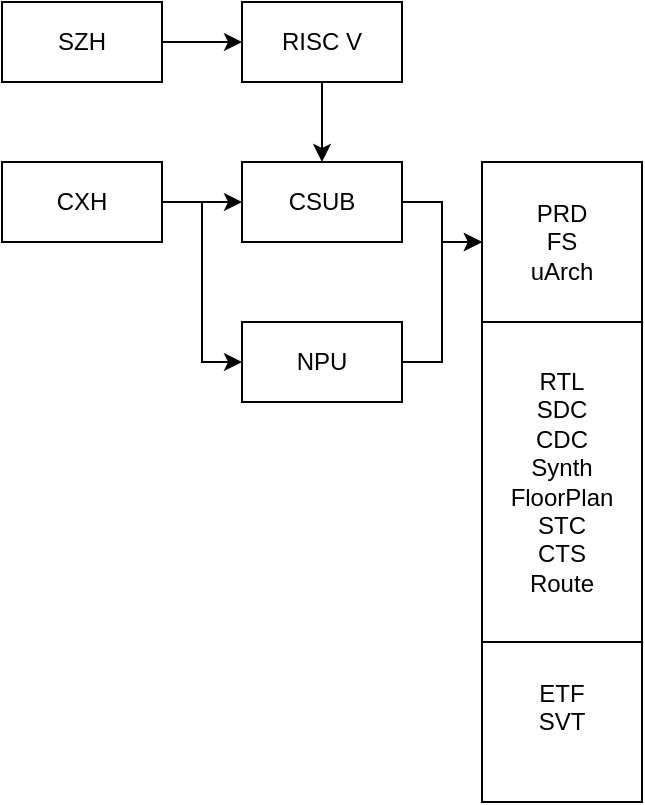
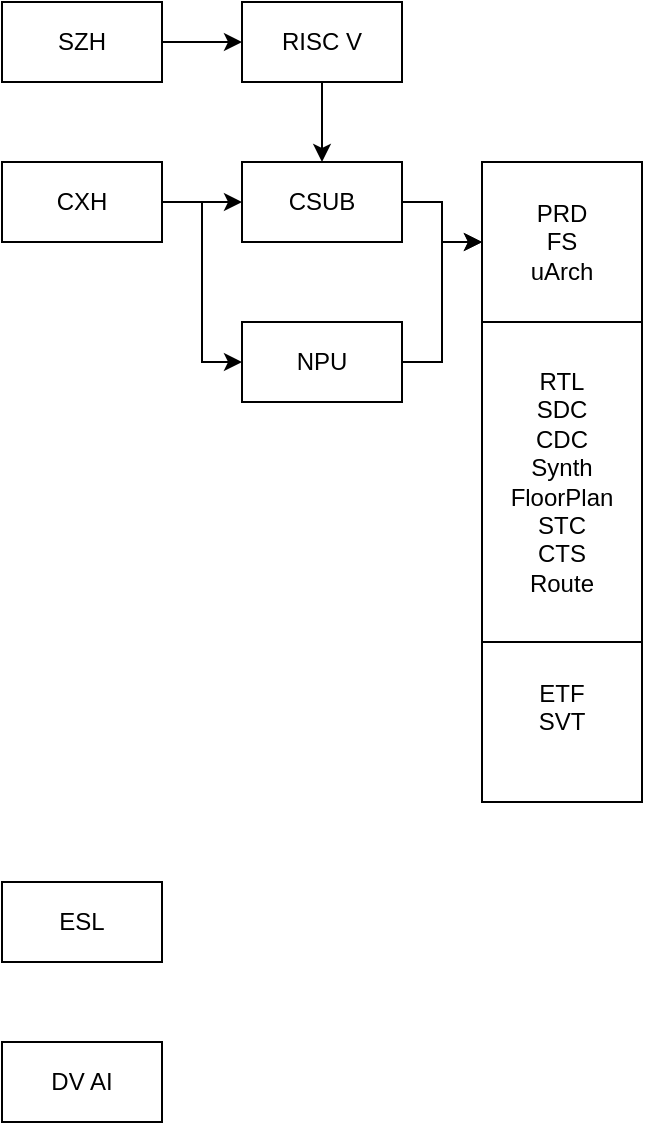
<mxfile host="app.diagrams.net" agent="Mozilla/5.0 (Macintosh; Intel Mac OS X 10_15_7) AppleWebKit/537.36 (KHTML, like Gecko) Chrome/125.0.0.0 Safari/537.36" border="50" scale="3" compressed="false" locked="false">
  <diagram id="YmL12bMKpDGza6XwsDPr" name="第 1 页">
-     <mxGraphModel dx="1408" dy="756" grid="1" gridSize="10" guides="1" tooltips="1" connect="1" arrows="1" fold="1" page="0" pageScale="1" pageWidth="827" pageHeight="1169" math="1" shadow="0">
+     <mxGraphModel dx="1173" dy="630" grid="1" gridSize="10" guides="1" tooltips="1" connect="1" arrows="1" fold="1" page="0" pageScale="1" pageWidth="827" pageHeight="1169" math="1" shadow="0">
      <root>
        <mxCell id="X5NqExCQtvZxIxQ7pmgY-0" />
        <mxCell id="1" parent="X5NqExCQtvZxIxQ7pmgY-0" />
        <mxCell id="rQvUUtji4W4iaLh92UM--3" edge="1" parent="1" source="rQvUUtji4W4iaLh92UM--1" style="edgeStyle=orthogonalEdgeStyle;rounded=0;orthogonalLoop=1;jettySize=auto;html=1;" target="rQvUUtji4W4iaLh92UM--2" value="">
          <mxGeometry relative="1" as="geometry" />
        </mxCell>
        <mxCell id="rQvUUtji4W4iaLh92UM--1" parent="1" style="rounded=0;whiteSpace=wrap;html=1;" value="SZH" vertex="1">
          <mxGeometry height="40" width="80" x="320" y="320" as="geometry" />
        </mxCell>
        <mxCell id="rQvUUtji4W4iaLh92UM--7" edge="1" parent="1" source="rQvUUtji4W4iaLh92UM--2" style="edgeStyle=orthogonalEdgeStyle;rounded=0;orthogonalLoop=1;jettySize=auto;html=1;" target="rQvUUtji4W4iaLh92UM--5" value="">
          <mxGeometry relative="1" as="geometry" />
        </mxCell>
        <mxCell id="rQvUUtji4W4iaLh92UM--2" parent="1" style="rounded=0;whiteSpace=wrap;html=1;" value="RISC V" vertex="1">
          <mxGeometry height="40" width="80" x="440" y="320" as="geometry" />
        </mxCell>
        <mxCell id="rQvUUtji4W4iaLh92UM--8" edge="1" parent="1" source="rQvUUtji4W4iaLh92UM--4" style="edgeStyle=orthogonalEdgeStyle;rounded=0;orthogonalLoop=1;jettySize=auto;html=1;" target="rQvUUtji4W4iaLh92UM--5" value="">
          <mxGeometry relative="1" as="geometry" />
        </mxCell>
        <mxCell id="rQvUUtji4W4iaLh92UM--4" parent="1" style="rounded=0;whiteSpace=wrap;html=1;" value="CXH" vertex="1">
          <mxGeometry height="40" width="80" x="320" y="400" as="geometry" />
        </mxCell>
        <mxCell id="rQvUUtji4W4iaLh92UM--14" edge="1" parent="1" source="rQvUUtji4W4iaLh92UM--5" style="edgeStyle=orthogonalEdgeStyle;rounded=0;orthogonalLoop=1;jettySize=auto;html=1;" target="rQvUUtji4W4iaLh92UM--10" value="">
          <mxGeometry relative="1" as="geometry" />
        </mxCell>
        <mxCell id="rQvUUtji4W4iaLh92UM--5" parent="1" style="rounded=0;whiteSpace=wrap;html=1;" value="CSUB" vertex="1">
          <mxGeometry height="40" width="80" x="440" y="400" as="geometry" />
        </mxCell>
        <mxCell id="rQvUUtji4W4iaLh92UM--15" edge="1" parent="1" source="rQvUUtji4W4iaLh92UM--6" style="edgeStyle=orthogonalEdgeStyle;rounded=0;orthogonalLoop=1;jettySize=auto;html=1;exitX=1;exitY=0.5;exitDx=0;exitDy=0;" value="">
          <mxGeometry relative="1" as="geometry">
            <Array as="points">
              <mxPoint x="540" y="500" />
              <mxPoint x="540" y="440" />
            </Array>
            <mxPoint x="340" y="680" as="sourcePoint" />
            <mxPoint x="560" y="440" as="targetPoint" />
          </mxGeometry>
        </mxCell>
        <mxCell id="rQvUUtji4W4iaLh92UM--6" parent="1" style="rounded=0;whiteSpace=wrap;html=1;" value="NPU" vertex="1">
          <mxGeometry height="40" width="80" x="440" y="480" as="geometry" />
        </mxCell>
        <mxCell id="rQvUUtji4W4iaLh92UM--9" edge="1" parent="1" source="rQvUUtji4W4iaLh92UM--4" style="endArrow=classic;html=1;rounded=0;exitX=1;exitY=0.5;exitDx=0;exitDy=0;entryX=0;entryY=0.5;entryDx=0;entryDy=0;edgeStyle=orthogonalEdgeStyle;" target="rQvUUtji4W4iaLh92UM--6" value="">
          <mxGeometry height="50" relative="1" width="50" as="geometry">
            <mxPoint x="390" y="410" as="sourcePoint" />
            <mxPoint x="440" y="360" as="targetPoint" />
          </mxGeometry>
        </mxCell>
        <mxCell id="rQvUUtji4W4iaLh92UM--13" connectable="0" parent="1" style="group" value="" vertex="1">
          <mxGeometry height="320" width="80" x="560" y="400" as="geometry" />
        </mxCell>
        <mxCell id="rQvUUtji4W4iaLh92UM--10" parent="rQvUUtji4W4iaLh92UM--13" style="rounded=0;whiteSpace=wrap;html=1;" value="PRD&lt;div&gt;FS&lt;/div&gt;&lt;div&gt;uArch&lt;/div&gt;" vertex="1">
          <mxGeometry height="80" width="80" as="geometry" />
        </mxCell>
        <mxCell id="rQvUUtji4W4iaLh92UM--11" parent="rQvUUtji4W4iaLh92UM--13" style="rounded=0;whiteSpace=wrap;html=1;" value="RTL&lt;div&gt;SDC&lt;/div&gt;&lt;div&gt;CDC&lt;/div&gt;&lt;div&gt;Synth&lt;br&gt;FloorPlan&lt;/div&gt;&lt;div&gt;STC&lt;/div&gt;&lt;div&gt;CTS&lt;/div&gt;&lt;div&gt;Route&lt;/div&gt;" vertex="1">
          <mxGeometry height="160" width="80" y="80" as="geometry" />
        </mxCell>
        <mxCell id="rQvUUtji4W4iaLh92UM--12" parent="rQvUUtji4W4iaLh92UM--13" style="rounded=0;whiteSpace=wrap;html=1;" value="ETF&lt;br&gt;SVT&lt;div&gt;&lt;br&gt;&lt;/div&gt;" vertex="1">
          <mxGeometry height="80" width="80" y="240" as="geometry" />
        </mxCell>
+         <mxCell id="rQvUUtji4W4iaLh92UM--16" parent="1" style="rounded=0;whiteSpace=wrap;html=1;" value="ESL" vertex="1">
+           <mxGeometry height="40" width="80" x="320" y="760" as="geometry" />
+         </mxCell>
+         <mxCell id="rQvUUtji4W4iaLh92UM--17" parent="1" style="rounded=0;whiteSpace=wrap;html=1;" value="DV AI" vertex="1">
+           <mxGeometry height="40" width="80" x="320" y="840" as="geometry" />
+         </mxCell>
      </root>
    </mxGraphModel>
  </diagram>
</mxfile>
